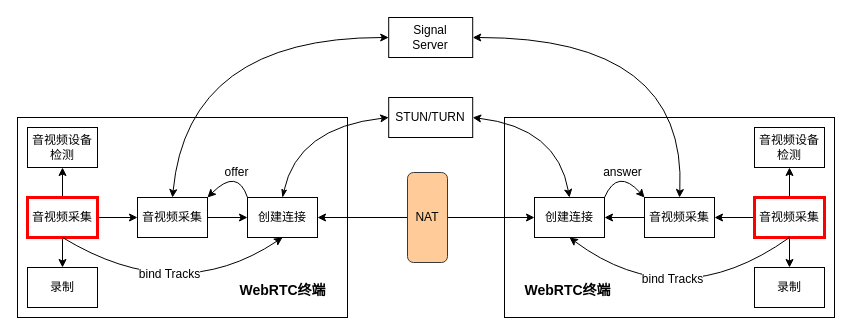
Before: webrtc/webrtc.drawio in josek43326/draw.io, a draw.io diagram. Source tidied: cells renumbered, new cells numbered last; positions are measured from the earlier drawing's top-left corner, leaving out a move shared by most shapes. Both pictures are drawn from the tidied source at 100%, with x=0, y=0 at pixel (17, 17).
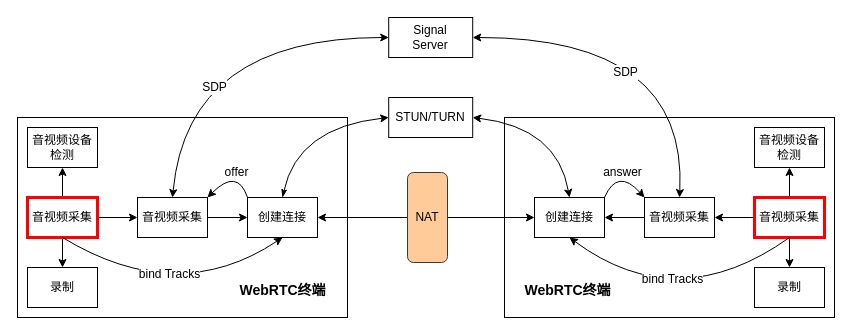
Above is the later version.

The change refers to these unchanged cells:
```xml
<mxCell id="31" style="curved=1;endArrow=classic;html=1;rounded=0;exitX=0.5;exitY=0;exitDx=0;exitDy=0;entryX=0;entryY=0.5;entryDx=0;entryDy=0;startArrow=classic;startFill=1;" parent="1" edge="1" source="11" target="25">
  <mxGeometry relative="1" as="geometry">
    <Array as="points">
      <mxPoint x="170" y="20" />
    </Array>
  </mxGeometry>
</mxCell>
<mxCell id="36" style="curved=1;endArrow=classic;html=1;rounded=0;startArrow=classic;startFill=1;entryX=1;entryY=0.5;entryDx=0;entryDy=0;exitX=0.5;exitY=0;exitDx=0;exitDy=0;" parent="1" edge="1" source="15" target="25">
  <mxGeometry relative="1" as="geometry">
    <Array as="points">
      <mxPoint x="670" y="20" />
    </Array>
  </mxGeometry>
</mxCell>
```

What changed in the source:
```diff
@@
+    <mxCell id="41" value="&lt;font style=&quot;font-size: 12px;&quot;&gt;SDP&lt;/font&gt;" style="edgeLabel;html=1;align=center;verticalAlign=middle;" parent="31" vertex="1">
+      <mxGeometry x="-0.37" y="-31" relative="1" as="geometry" />
+    </mxCell>
@@
+    <mxCell id="42" value="&lt;font style=&quot;font-size: 12px;&quot;&gt;SDP&lt;/font&gt;" style="edgeLabel;html=1;align=center;verticalAlign=middle;" parent="36" vertex="1">
+      <mxGeometry x="0.19" y="34" relative="1" as="geometry" />
+    </mxCell>
```
